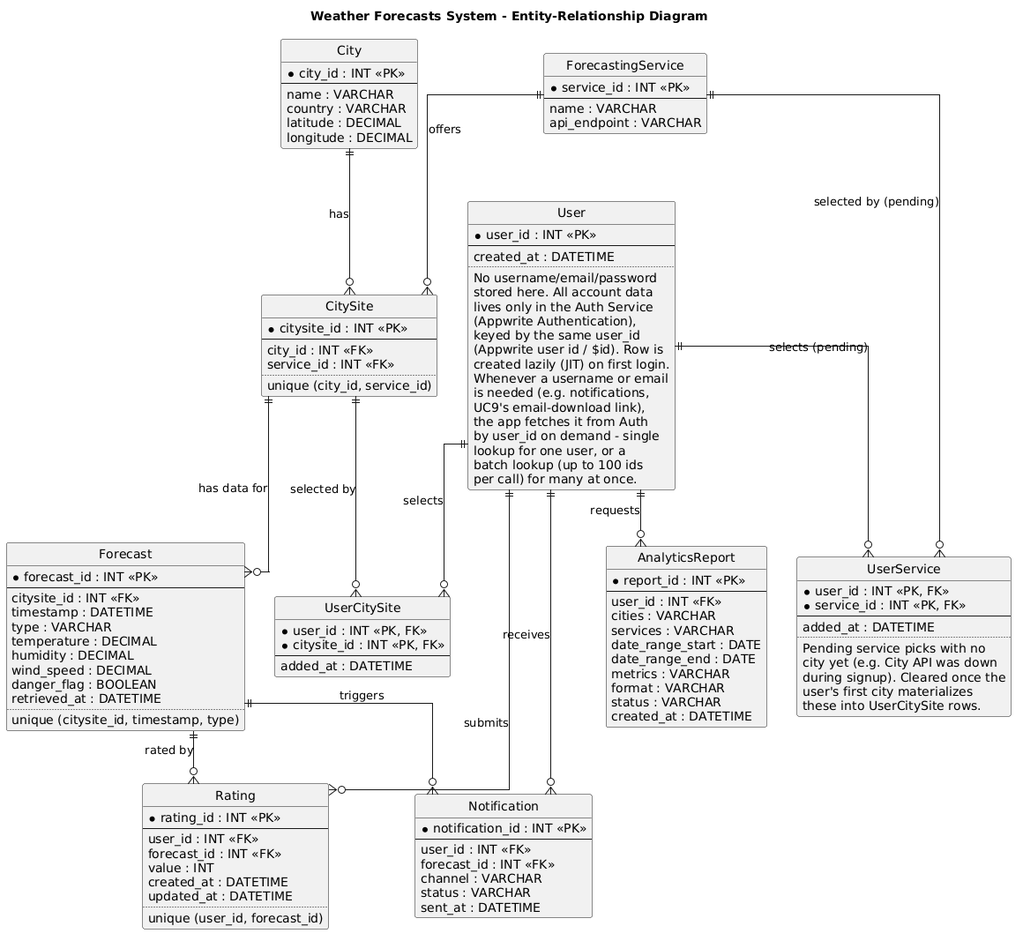
The PlantUML diagram requirements/ER_Diagram/ERDiagram.png in ManosMorf97/Weather-Forecasts-AI-Remastered, before a commit.
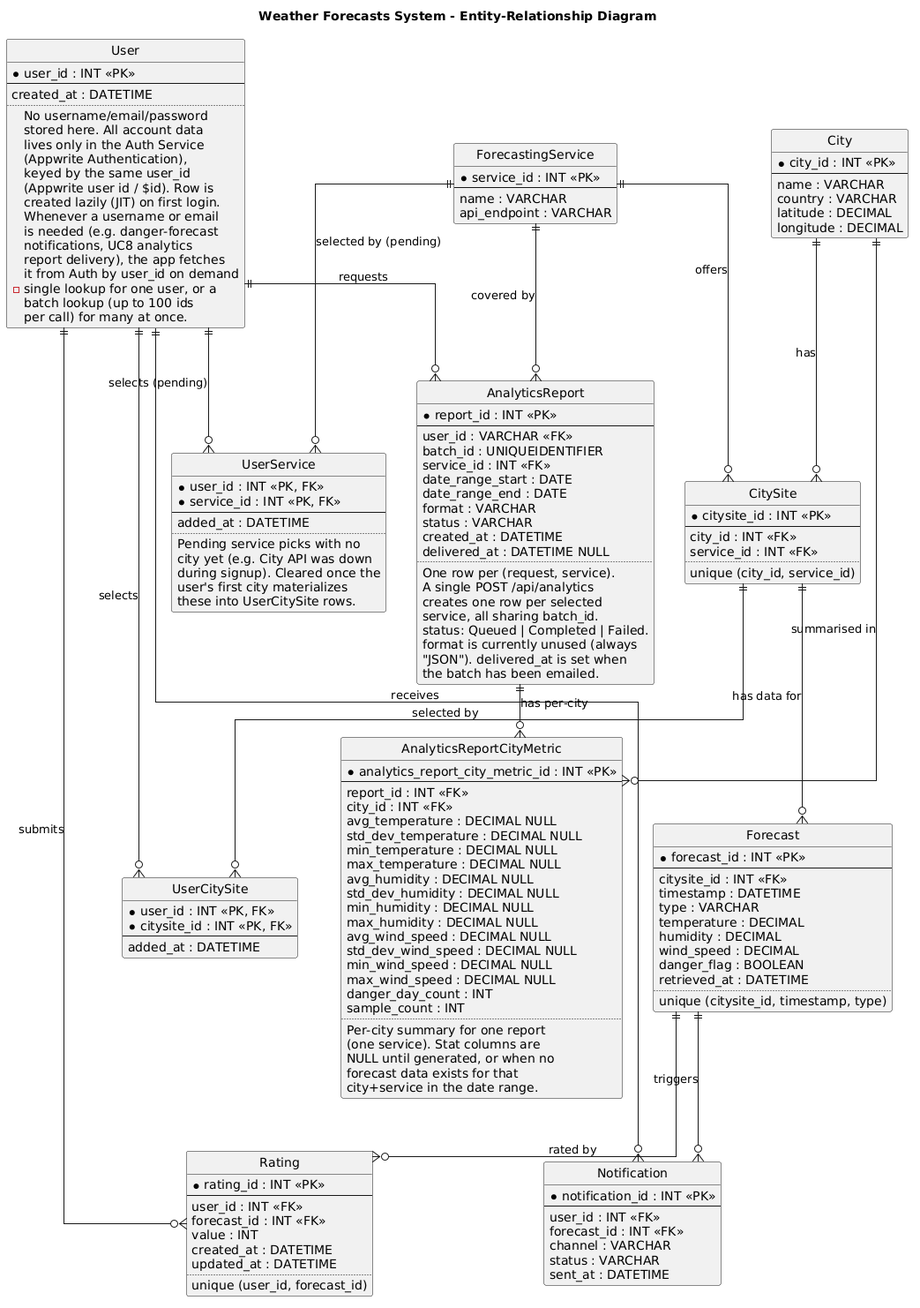
Above is the later version.

Commit message:
Regenerating ER diagram

The edit, as a diff of the source:
```diff
@@ -17,11 +17,11 @@
   (Appwrite user id / $id). Row is
   created lazily (JIT) on first login.
   Whenever a username or email
-  is needed (e.g. notifications,
-  UC9's email-download link),
-  the app fetches it from Auth
-  by user_id on demand - single
-  lookup for one user, or a
+  is needed (e.g. danger-forecast
+  notifications, UC8 analytics
+  report delivery), the app fetches
+  it from Auth by user_id on demand
+  - single lookup for one user, or a
   batch lookup (up to 100 ids
   per call) for many at once.
 }
@@ -111,15 +111,51 @@
 entity "AnalyticsReport" as report {
   * report_id : INT <<PK>>
   --
-  user_id : INT <<FK>>
-  cities : VARCHAR
-  services : VARCHAR
+  user_id : VARCHAR <<FK>>
+  batch_id : UNIQUEIDENTIFIER
+  service_id : INT <<FK>>
   date_range_start : DATE
   date_range_end : DATE
-  metrics : VARCHAR
   format : VARCHAR
   status : VARCHAR
   created_at : DATETIME
+  delivered_at : DATETIME NULL
+  ..
+  One row per (request, service).
+  A single POST /api/analytics
+  creates one row per selected
+  service, all sharing batch_id.
+  status: Queued | Completed | Failed.
+  format is currently unused (always
+  "JSON"). delivered_at is set when
+  the batch has been emailed.
+}
+
+entity "AnalyticsReportCityMetric" as report_metric {
+  * analytics_report_city_metric_id : INT <<PK>>
+  --
+  report_id : INT <<FK>>
+  city_id : INT <<FK>>
+  avg_temperature : DECIMAL NULL
+  std_dev_temperature : DECIMAL NULL
+  min_temperature : DECIMAL NULL
+  max_temperature : DECIMAL NULL
+  avg_humidity : DECIMAL NULL
+  std_dev_humidity : DECIMAL NULL
+  min_humidity : DECIMAL NULL
+  max_humidity : DECIMAL NULL
+  avg_wind_speed : DECIMAL NULL
+  std_dev_wind_speed : DECIMAL NULL
+  min_wind_speed : DECIMAL NULL
+  max_wind_speed : DECIMAL NULL
+  danger_day_count : INT
+  sample_count : INT
+  ..
+  Per-city summary for one report
+  (one service). Stat columns are
+  NULL until generated, or when no
+  forecast data exists for that
+  city+service in the date range.
 }
 
 city    ||--o{ citysite : has
@@ -139,5 +175,9 @@
 user     ||--o{ notification : receives
 forecast ||--o{ notification : triggers
 
-user ||--o{ report : requests
+user    ||--o{ report : requests
+service ||--o{ report : "covered by"
+
+report ||--o{ report_metric : "has per-city"
+city   ||--o{ report_metric : "summarised in"
 @enduml
```
